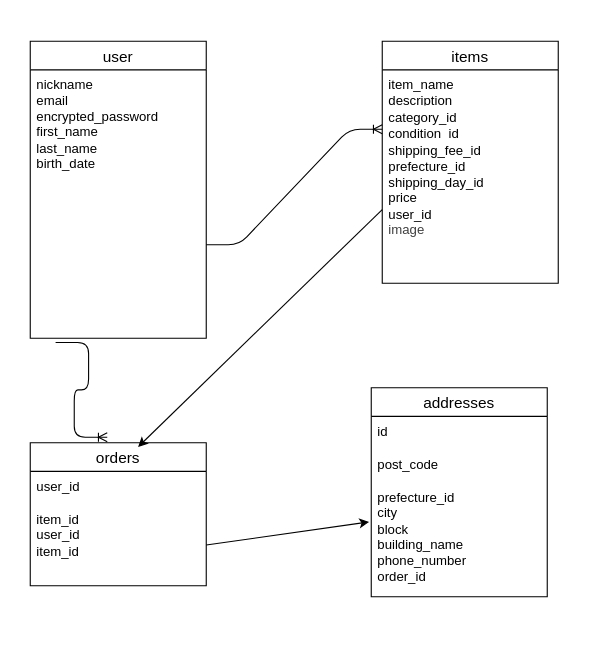
Before: page "ページ1" (1 of 2) of test.dio in mokaloveshiori56-collab/furima-46486, a draw.io diagram. Source tidied: cells renumbered, new cells numbered last; positions are measured from the earlier drawing's top-left corner, leaving out a move shared by most shapes. Both pictures are drawn from the tidied source at 110%, with x=0, y=0 at pixel (30, 41).
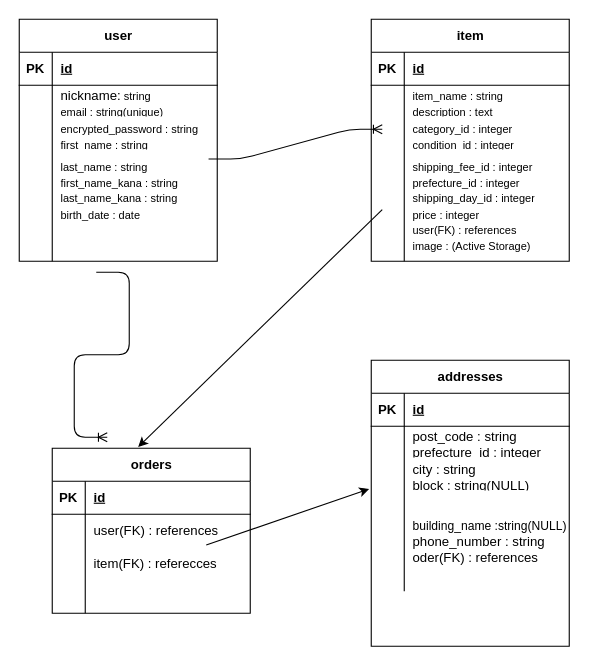
Above is the later version.

The edit, as a diff of the source:
```diff
@@
-    <mxCell id="2" value="user" style="swimlane;fontStyle=0;horizontal=1;startSize=26;align=center;fontSize=14;" parent="1" vertex="1">
-      <mxGeometry width="160" height="270" as="geometry" />
-    </mxCell>
-    <mxCell id="3" value="nickname&lt;div&gt;email&lt;/div&gt;&lt;div&gt;encrypted_password&lt;/div&gt;&lt;div&gt;first_name&lt;/div&gt;&lt;div&gt;last_name&lt;/div&gt;&lt;div&gt;birth_date&lt;/div&gt;&lt;div&gt;&lt;br&gt;&lt;/div&gt;&lt;div&gt;&lt;p&gt;&lt;/p&gt;&lt;h4&gt;&lt;/h4&gt;&lt;/div&gt;" style="text;strokeColor=none;fillColor=none;spacingLeft=4;spacingRight=4;overflow=hidden;points=[[0,0.5],[1,0.5]];portConstraint=eastwest;fontSize=12;whiteSpace=wrap;html=1;" parent="2" vertex="1">
-      <mxGeometry y="26" width="160" height="244" as="geometry" />
-    </mxCell>
-    <mxCell id="4" value="items" style="swimlane;fontStyle=0;horizontal=1;startSize=26;align=center;fontSize=14;" parent="1" vertex="1">
-      <mxGeometry x="320" width="160" height="220" as="geometry" />
-    </mxCell>
-    <mxCell id="5" value="item_name&lt;div&gt;description&lt;/div&gt;&lt;div&gt;&lt;br&gt;&lt;/div&gt;" style="text;strokeColor=none;fillColor=none;spacingLeft=4;spacingRight=4;overflow=hidden;fontSize=12;whiteSpace=wrap;html=1;" parent="4" vertex="1">
-      <mxGeometry y="26" width="160" height="30" as="geometry" />
-    </mxCell>
-    <mxCell id="6" value="category_id&lt;div&gt;condition_id&lt;/div&gt;&lt;div&gt;&lt;br&gt;&lt;/div&gt;" style="text;strokeColor=none;fillColor=none;spacingLeft=4;spacingRight=4;overflow=hidden;fontSize=12;whiteSpace=wrap;html=1;" parent="4" vertex="1">
-      <mxGeometry y="56" width="160" height="30" as="geometry" />
-    </mxCell>
-    <mxCell id="7" value="shipping_fee_id&lt;div&gt;&lt;font color=&quot;#000000&quot;&gt;prefecture_id&lt;/font&gt;&lt;/div&gt;&lt;div&gt;&lt;font color=&quot;#000000&quot;&gt;shipping_day_id&lt;/font&gt;&lt;/div&gt;&lt;div&gt;&lt;font color=&quot;#000000&quot;&gt;price&lt;/font&gt;&lt;/div&gt;&lt;div&gt;&lt;font color=&quot;#000000&quot;&gt;user_id&lt;/font&gt;&lt;/div&gt;&lt;div&gt;&lt;span style=&quot;background-color: transparent; color: rgb(63, 63, 63);&quot;&gt;image&lt;/span&gt;&lt;/div&gt;&lt;div&gt;&lt;div&gt;&lt;br&gt;&lt;/div&gt;&lt;/div&gt;" style="text;strokeColor=none;fillColor=none;spacingLeft=4;spacingRight=4;overflow=hidden;points=[[0,0.5],[1,0.5]];portConstraint=eastwest;fontSize=12;whiteSpace=wrap;html=1;" parent="4" vertex="1">
-      <mxGeometry y="86" width="160" height="134" as="geometry" />
-    </mxCell>
-    <mxCell id="8" value="orders" style="swimlane;fontStyle=0;horizontal=1;startSize=26;align=center;fontSize=14;" parent="1" vertex="1">
-      <mxGeometry y="365" width="160" height="130" as="geometry" />
-    </mxCell>
-    <mxCell id="9" value="user_id&lt;div&gt;&lt;br&gt;&lt;/div&gt;" style="text;strokeColor=none;fillColor=none;spacingLeft=4;spacingRight=4;overflow=hidden;fontSize=12;whiteSpace=wrap;html=1;" parent="8" vertex="1">
-      <mxGeometry y="26" width="160" height="30" as="geometry" />
-    </mxCell>
-    <mxCell id="10" value="item_id&lt;div&gt;&lt;font color=&quot;#000000&quot;&gt;user_id&lt;/font&gt;&lt;/div&gt;&lt;div&gt;&lt;font color=&quot;#000000&quot;&gt;item_id&lt;br&gt;&lt;/font&gt;&lt;div&gt;&lt;br&gt;&lt;/div&gt;&lt;/div&gt;" style="text;strokeColor=none;fillColor=none;spacingLeft=4;spacingRight=4;overflow=hidden;points=[[0,0.5],[1,0.5]];portConstraint=eastwest;fontSize=12;whiteSpace=wrap;html=1;" parent="8" vertex="1">
-      <mxGeometry y="56" width="160" height="74" as="geometry" />
-    </mxCell>
-    <mxCell id="11" style="edgeStyle=entityRelationEdgeStyle;fontSize=12;html=1;endArrow=ERoneToMany;" parent="1" edge="1">
+    <mxCell id="11" style="edgeStyle=entityRelationEdgeStyle;fontSize=12;html=1;endArrow=ERoneToMany;exitX=1.013;exitY=0.033;exitDx=0;exitDy=0;exitPerimeter=0;" parent="1" edge="1">
       <mxGeometry relative="1" as="geometry">
-        <mxPoint x="160" y="185" as="sourcePoint" />
+        <mxPoint x="162.1" y="107" as="sourcePoint" />
         <mxPoint x="320" y="80" as="targetPoint" />
       </mxGeometry>
     </mxCell>
-    <mxCell id="12" style="edgeStyle=none;html=1;exitX=0;exitY=0.5;exitDx=0;exitDy=0;entryX=0.613;entryY=0.029;entryDx=0;entryDy=0;entryPerimeter=0;" parent="1" edge="1" source="7" target="8">
-      <mxGeometry relative="1" as="geometry" />
+    <mxCell id="12" style="edgeStyle=none;html=1;exitX=0;exitY=0.5;exitDx=0;exitDy=0;entryX=0.613;entryY=0.029;entryDx=0;entryDy=0;entryPerimeter=0;" parent="1" edge="1">
+      <mxGeometry relative="1" as="geometry">
+        <mxPoint x="320" y="153" as="sourcePoint" />
+        <mxPoint x="98.1" y="368.8" as="targetPoint" />
+      </mxGeometry>
     </mxCell>
-    <mxCell id="13" style="edgeStyle=entityRelationEdgeStyle;fontSize=12;html=1;endArrow=ERoneToMany;exitX=0.144;exitY=1.016;exitDx=0;exitDy=0;exitPerimeter=0;" parent="1" edge="1" source="3">
+    <mxCell id="13" style="edgeStyle=entityRelationEdgeStyle;fontSize=12;html=1;endArrow=ERoneToMany;" parent="1" edge="1">
       <mxGeometry relative="1" as="geometry">
+        <mxPoint x="60" y="210" as="sourcePoint" />
         <mxPoint x="70" y="360" as="targetPoint" />
         <Array as="points">
+          <mxPoint x="80" y="210" />
           <mxPoint y="270" />
         </Array>
       </mxGeometry>
     </mxCell>
+    <mxCell id="18" style="edgeStyle=none;html=1;exitX=1;exitY=0.5;exitDx=0;exitDy=0;entryX=-0.012;entryY=0.346;entryDx=0;entryDy=0;entryPerimeter=0;" parent="1" edge="1">
+      <mxGeometry relative="1" as="geometry">
+        <mxPoint x="160" y="458" as="sourcePoint" />
+        <mxPoint x="308.1" y="407" as="targetPoint" />
+      </mxGeometry>
+    </mxCell>
+    <mxCell id="2" value="user" style="shape=table;startSize=30;childLayout=tableLayout;rowLines=0;fontStyle=1;align=center;html=1;" parent="1" vertex="1">
+      <mxGeometry x="-10" y="-20" width="180" height="220" as="geometry" />
+    </mxCell>
+    <mxCell id="19" style="shape=tableRow;horizontal=0;startSize=0;swimlaneHead=0;swimlaneBody=0;fillColor=none;top=0;left=0;right=0;bottom=1;" parent="2" vertex="1">
+      <mxGeometry y="30" width="180" height="30" as="geometry" />
+    </mxCell>
+    <mxCell id="20" value="PK" style="shape=partialRectangle;fillColor=none;top=0;left=0;bottom=0;right=0;fontStyle=1;overflow=hidden;whiteSpace=wrap;html=1;" parent="19" vertex="1">
+      <mxGeometry width="30" height="30" as="geometry" />
+    </mxCell>
+    <mxCell id="21" value="id" style="shape=partialRectangle;fillColor=none;top=0;left=0;bottom=0;right=0;align=left;spacingLeft=6;fontStyle=5;overflow=hidden;whiteSpace=wrap;html=1;" parent="19" vertex="1">
+      <mxGeometry x="30" width="150" height="30" as="geometry" />
+    </mxCell>
+    <mxCell id="22" style="shape=tableRow;horizontal=0;startSize=0;swimlaneHead=0;swimlaneBody=0;fillColor=none;top=0;left=0;right=0;bottom=0;" parent="2" vertex="1">
+      <mxGeometry y="60" width="180" height="30" as="geometry" />
+    </mxCell>
+    <mxCell id="23" style="shape=partialRectangle;fillColor=none;top=0;left=0;bottom=0;right=0;overflow=hidden;whiteSpace=wrap;html=1;" parent="22" vertex="1">
+      <mxGeometry width="30" height="30" as="geometry" />
+    </mxCell>
+    <mxCell id="24" value="nickname:&lt;font size=&quot;1&quot;&gt;&amp;nbsp;string&lt;/font&gt;&lt;div&gt;&lt;font size=&quot;1&quot;&gt;email : string(unique)&lt;/font&gt;&lt;/div&gt;" style="shape=partialRectangle;fillColor=none;top=0;left=0;bottom=0;right=0;align=left;spacingLeft=6;overflow=hidden;whiteSpace=wrap;html=1;" parent="22" vertex="1">
+      <mxGeometry x="30" width="150" height="30" as="geometry" />
+    </mxCell>
+    <mxCell id="25" style="shape=tableRow;horizontal=0;startSize=0;swimlaneHead=0;swimlaneBody=0;fillColor=none;top=0;left=0;right=0;bottom=0;" parent="2" vertex="1">
+      <mxGeometry y="90" width="180" height="30" as="geometry" />
+    </mxCell>
+    <mxCell id="26" style="shape=partialRectangle;fillColor=none;top=0;left=0;bottom=0;right=0;overflow=hidden;whiteSpace=wrap;html=1;" parent="25" vertex="1">
+      <mxGeometry width="30" height="30" as="geometry" />
+    </mxCell>
+    <mxCell id="27" value="&lt;font size=&quot;1&quot;&gt;encrypted_password : string&lt;/font&gt;&lt;div&gt;&lt;font size=&quot;1&quot;&gt;first_name : string&lt;/font&gt;&lt;/div&gt;" style="shape=partialRectangle;fillColor=none;top=0;left=0;bottom=0;right=0;align=left;spacingLeft=6;overflow=hidden;whiteSpace=wrap;html=1;" parent="25" vertex="1">
+      <mxGeometry x="30" width="150" height="30" as="geometry" />
+    </mxCell>
+    <mxCell id="28" style="shape=tableRow;horizontal=0;startSize=0;swimlaneHead=0;swimlaneBody=0;fillColor=none;top=0;left=0;right=0;bottom=0;" parent="2" vertex="1">
+      <mxGeometry y="120" width="180" height="100" as="geometry" />
+    </mxCell>
+    <mxCell id="29" style="shape=partialRectangle;fillColor=none;top=0;left=0;bottom=0;right=0;overflow=hidden;whiteSpace=wrap;html=1;" parent="28" vertex="1">
+      <mxGeometry width="30" height="100" as="geometry" />
+    </mxCell>
+    <mxCell id="30" value="&lt;font size=&quot;1&quot;&gt;last_name : string&lt;/font&gt;&lt;div&gt;&lt;font size=&quot;1&quot;&gt;first_name_kana : string&lt;/font&gt;&lt;/div&gt;&lt;div&gt;&lt;font size=&quot;1&quot;&gt;last_name_kana : string&lt;/font&gt;&lt;/div&gt;&lt;div&gt;&lt;font size=&quot;1&quot;&gt;birth_date : date&lt;/font&gt;&lt;/div&gt;&lt;div&gt;&lt;font size=&quot;1&quot;&gt;&lt;br&gt;&lt;/font&gt;&lt;/div&gt;&lt;div&gt;&lt;font size=&quot;1&quot;&gt;&lt;br&gt;&lt;/font&gt;&lt;/div&gt;" style="shape=partialRectangle;fillColor=none;top=0;left=0;bottom=0;right=0;align=left;spacingLeft=6;overflow=hidden;whiteSpace=wrap;html=1;" parent="28" vertex="1">
+      <mxGeometry x="30" width="150" height="100" as="geometry" />
+    </mxCell>
+    <mxCell id="31" value="item" style="shape=table;startSize=30;childLayout=tableLayout;rowLines=0;fontStyle=1;align=center;html=1;" parent="1" vertex="1">
+      <mxGeometry x="310" y="-20" width="180" height="220" as="geometry" />
+    </mxCell>
+    <mxCell id="32" style="shape=tableRow;horizontal=0;startSize=0;swimlaneHead=0;swimlaneBody=0;fillColor=none;top=0;left=0;right=0;bottom=1;" parent="31" vertex="1">
+      <mxGeometry y="30" width="180" height="30" as="geometry" />
+    </mxCell>
+    <mxCell id="33" value="PK" style="shape=partialRectangle;fillColor=none;top=0;left=0;bottom=0;right=0;fontStyle=1;overflow=hidden;whiteSpace=wrap;html=1;" parent="32" vertex="1">
+      <mxGeometry width="30" height="30" as="geometry" />
+    </mxCell>
+    <mxCell id="34" value="id" style="shape=partialRectangle;fillColor=none;top=0;left=0;bottom=0;right=0;align=left;spacingLeft=6;fontStyle=5;overflow=hidden;whiteSpace=wrap;html=1;" parent="32" vertex="1">
+      <mxGeometry x="30" width="150" height="30" as="geometry" />
+    </mxCell>
+    <mxCell id="35" style="shape=tableRow;horizontal=0;startSize=0;swimlaneHead=0;swimlaneBody=0;fillColor=none;top=0;left=0;right=0;bottom=0;" parent="31" vertex="1">
+      <mxGeometry y="60" width="180" height="30" as="geometry" />
+    </mxCell>
+    <mxCell id="36" style="shape=partialRectangle;fillColor=none;top=0;left=0;bottom=0;right=0;overflow=hidden;whiteSpace=wrap;html=1;" parent="35" vertex="1">
+      <mxGeometry width="30" height="30" as="geometry" />
+    </mxCell>
+    <mxCell id="37" value="&lt;font size=&quot;1&quot;&gt;item_name : string&lt;/font&gt;&lt;div&gt;&lt;font size=&quot;1&quot;&gt;description : text&lt;/font&gt;&lt;/div&gt;" style="shape=partialRectangle;fillColor=none;top=0;left=0;bottom=0;right=0;align=left;spacingLeft=6;overflow=hidden;whiteSpace=wrap;html=1;" parent="35" vertex="1">
+      <mxGeometry x="30" width="150" height="30" as="geometry" />
+    </mxCell>
+    <mxCell id="38" style="shape=tableRow;horizontal=0;startSize=0;swimlaneHead=0;swimlaneBody=0;fillColor=none;top=0;left=0;right=0;bottom=0;" parent="31" vertex="1">
+      <mxGeometry y="90" width="180" height="30" as="geometry" />
+    </mxCell>
+    <mxCell id="39" style="shape=partialRectangle;fillColor=none;top=0;left=0;bottom=0;right=0;overflow=hidden;whiteSpace=wrap;html=1;" parent="38" vertex="1">
+      <mxGeometry width="30" height="30" as="geometry" />
+    </mxCell>
+    <mxCell id="40" value="&lt;font size=&quot;1&quot;&gt;category_id : integer&lt;/font&gt;&lt;div&gt;&lt;font size=&quot;1&quot;&gt;condition_id : integer&lt;/font&gt;&lt;/div&gt;" style="shape=partialRectangle;fillColor=none;top=0;left=0;bottom=0;right=0;align=left;spacingLeft=6;overflow=hidden;whiteSpace=wrap;html=1;" parent="38" vertex="1">
+      <mxGeometry x="30" width="150" height="30" as="geometry" />
+    </mxCell>
+    <mxCell id="41" style="shape=tableRow;horizontal=0;startSize=0;swimlaneHead=0;swimlaneBody=0;fillColor=none;top=0;left=0;right=0;bottom=0;" parent="31" vertex="1">
+      <mxGeometry y="120" width="180" height="100" as="geometry" />
+    </mxCell>
+    <mxCell id="42" style="shape=partialRectangle;fillColor=none;top=0;left=0;bottom=0;right=0;overflow=hidden;whiteSpace=wrap;html=1;" parent="41" vertex="1">
+      <mxGeometry width="30" height="100" as="geometry" />
+    </mxCell>
+    <mxCell id="43" value="&lt;font size=&quot;1&quot;&gt;shipping_fee_id : integer&lt;/font&gt;&lt;div&gt;&lt;font size=&quot;1&quot;&gt;prefecture_id : integer&lt;/font&gt;&lt;/div&gt;&lt;div&gt;&lt;font size=&quot;1&quot;&gt;shipping_day_id : integer&lt;/font&gt;&lt;/div&gt;&lt;div&gt;&lt;font size=&quot;1&quot;&gt;price : integer&amp;nbsp;&lt;/font&gt;&lt;/div&gt;&lt;div&gt;&lt;font size=&quot;1&quot;&gt;user(FK) : references&lt;/font&gt;&lt;/div&gt;&lt;div&gt;&lt;font size=&quot;1&quot;&gt;image : (Active Storage)&lt;/font&gt;&lt;/div&gt;" style="shape=partialRectangle;fillColor=none;top=0;left=0;bottom=0;right=0;align=left;spacingLeft=6;overflow=hidden;whiteSpace=wrap;html=1;" parent="41" vertex="1">
+      <mxGeometry x="30" width="150" height="100" as="geometry" />
+    </mxCell>
+    <mxCell id="8" value="orders" style="shape=table;startSize=30;childLayout=tableLayout;rowLines=0;fontStyle=1;align=center;html=1;" parent="1" vertex="1">
+      <mxGeometry x="20" y="370" width="180" height="150" as="geometry" />
+    </mxCell>
+    <mxCell id="44" style="shape=tableRow;horizontal=0;startSize=0;swimlaneHead=0;swimlaneBody=0;fillColor=none;top=0;left=0;right=0;bottom=1;" parent="8" vertex="1">
+      <mxGeometry y="30" width="180" height="30" as="geometry" />
+    </mxCell>
+    <mxCell id="45" value="PK" style="shape=partialRectangle;fillColor=none;top=0;left=0;bottom=0;right=0;fontStyle=1;overflow=hidden;whiteSpace=wrap;html=1;" parent="44" vertex="1">
+      <mxGeometry width="30" height="30" as="geometry" />
+    </mxCell>
+    <mxCell id="46" value="id" style="shape=partialRectangle;fillColor=none;top=0;left=0;bottom=0;right=0;align=left;spacingLeft=6;fontStyle=5;overflow=hidden;whiteSpace=wrap;html=1;" parent="44" vertex="1">
+      <mxGeometry x="30" width="150" height="30" as="geometry" />
+    </mxCell>
+    <mxCell id="47" style="shape=tableRow;horizontal=0;startSize=0;swimlaneHead=0;swimlaneBody=0;fillColor=none;top=0;left=0;right=0;bottom=0;" parent="8" vertex="1">
+      <mxGeometry y="60" width="180" height="30" as="geometry" />
+    </mxCell>
+    <mxCell id="48" style="shape=partialRectangle;fillColor=none;top=0;left=0;bottom=0;right=0;overflow=hidden;whiteSpace=wrap;html=1;" parent="47" vertex="1">
+      <mxGeometry width="30" height="30" as="geometry" />
+    </mxCell>
+    <mxCell id="49" value="user(FK) : references" style="shape=partialRectangle;fillColor=none;top=0;left=0;bottom=0;right=0;align=left;spacingLeft=6;overflow=hidden;whiteSpace=wrap;html=1;" parent="47" vertex="1">
+      <mxGeometry x="30" width="150" height="30" as="geometry" />
+    </mxCell>
+    <mxCell id="50" style="shape=tableRow;horizontal=0;startSize=0;swimlaneHead=0;swimlaneBody=0;fillColor=none;top=0;left=0;right=0;bottom=0;" parent="8" vertex="1">
+      <mxGeometry y="90" width="180" height="30" as="geometry" />
+    </mxCell>
+    <mxCell id="51" style="shape=partialRectangle;fillColor=none;top=0;left=0;bottom=0;right=0;overflow=hidden;whiteSpace=wrap;html=1;" parent="50" vertex="1">
+      <mxGeometry width="30" height="30" as="geometry" />
+    </mxCell>
+    <mxCell id="52" value="item(FK) : referecces" style="shape=partialRectangle;fillColor=none;top=0;left=0;bottom=0;right=0;align=left;spacingLeft=6;overflow=hidden;whiteSpace=wrap;html=1;" parent="50" vertex="1">
+      <mxGeometry x="30" width="150" height="30" as="geometry" />
+    </mxCell>
+    <mxCell id="53" style="shape=tableRow;horizontal=0;startSize=0;swimlaneHead=0;swimlaneBody=0;fillColor=none;top=0;left=0;right=0;bottom=0;" parent="8" vertex="1">
+      <mxGeometry y="120" width="180" height="30" as="geometry" />
+    </mxCell>
+    <mxCell id="54" style="shape=partialRectangle;fillColor=none;top=0;left=0;bottom=0;right=0;overflow=hidden;whiteSpace=wrap;html=1;" parent="53" vertex="1">
+      <mxGeometry width="30" height="30" as="geometry" />
+    </mxCell>
+    <mxCell id="55" style="shape=partialRectangle;fillColor=none;top=0;left=0;bottom=0;right=0;align=left;spacingLeft=6;overflow=hidden;whiteSpace=wrap;html=1;" parent="53" vertex="1">
+      <mxGeometry x="30" width="150" height="30" as="geometry" />
+    </mxCell>
-    <mxCell id="14" value="addresses" style="swimlane;fontStyle=0;horizontal=1;startSize=26;align=center;fontSize=14;" parent="1" vertex="1">
-      <mxGeometry x="310" y="315" width="160" height="190" as="geometry" />
+    <mxCell id="14" value="addresses" style="shape=table;startSize=30;childLayout=tableLayout;rowLines=0;fontStyle=1;align=center;html=1;" parent="1" vertex="1">
+      <mxGeometry x="310" y="290" width="180" height="260" as="geometry" />
     </mxCell>
-    <mxCell id="15" value="id" style="text;strokeColor=none;fillColor=none;spacingLeft=4;spacingRight=4;overflow=hidden;fontSize=12;whiteSpace=wrap;html=1;" parent="14" vertex="1">
-      <mxGeometry y="26" width="160" height="30" as="geometry" />
-    </mxCell>
-    <mxCell id="16" value="post_code" style="text;strokeColor=none;fillColor=none;spacingLeft=4;spacingRight=4;overflow=hidden;fontSize=12;whiteSpace=wrap;html=1;" parent="14" vertex="1">
-      <mxGeometry y="56" width="160" height="30" as="geometry" />
-    </mxCell>
-    <mxCell id="17" value="prefecture_id&lt;div&gt;city&lt;/div&gt;&lt;div&gt;block&lt;/div&gt;&lt;div&gt;building_name&lt;/div&gt;&lt;div&gt;phone_number&lt;/div&gt;&lt;div&gt;order_id&lt;/div&gt;" style="text;strokeColor=none;fillColor=none;spacingLeft=4;spacingRight=4;overflow=hidden;points=[[0,0.5],[1,0.5]];portConstraint=eastwest;fontSize=12;whiteSpace=wrap;html=1;" parent="14" vertex="1">
-      <mxGeometry y="86" width="160" height="104" as="geometry" />
-    </mxCell>
-    <mxCell id="18" style="edgeStyle=none;html=1;exitX=1;exitY=0.5;exitDx=0;exitDy=0;entryX=-0.012;entryY=0.346;entryDx=0;entryDy=0;entryPerimeter=0;" parent="1" edge="1" source="10" target="17">
-      <mxGeometry relative="1" as="geometry" />
-    </mxCell>
+    <mxCell id="56" style="shape=tableRow;horizontal=0;startSize=0;swimlaneHead=0;swimlaneBody=0;fillColor=none;top=0;left=0;right=0;bottom=1;" parent="14" vertex="1">
+      <mxGeometry y="30" width="180" height="30" as="geometry" />
+    </mxCell>
+    <mxCell id="57" value="PK" style="shape=partialRectangle;fillColor=none;top=0;left=0;bottom=0;right=0;fontStyle=1;overflow=hidden;whiteSpace=wrap;html=1;" parent="56" vertex="1">
+      <mxGeometry width="30" height="30" as="geometry" />
+    </mxCell>
+    <mxCell id="58" value="id" style="shape=partialRectangle;fillColor=none;top=0;left=0;bottom=0;right=0;align=left;spacingLeft=6;fontStyle=5;overflow=hidden;whiteSpace=wrap;html=1;" parent="56" vertex="1">
+      <mxGeometry x="30" width="150" height="30" as="geometry" />
+    </mxCell>
+    <mxCell id="59" style="shape=tableRow;horizontal=0;startSize=0;swimlaneHead=0;swimlaneBody=0;fillColor=none;top=0;left=0;right=0;bottom=0;" parent="14" vertex="1">
+      <mxGeometry y="60" width="180" height="30" as="geometry" />
+    </mxCell>
+    <mxCell id="60" style="shape=partialRectangle;fillColor=none;top=0;left=0;bottom=0;right=0;overflow=hidden;whiteSpace=wrap;html=1;" parent="59" vertex="1">
+      <mxGeometry width="30" height="30" as="geometry" />
+    </mxCell>
+    <mxCell id="61" value="post_code : string&lt;div&gt;prefecture_id : integer&lt;/div&gt;" style="shape=partialRectangle;fillColor=none;top=0;left=0;bottom=0;right=0;align=left;spacingLeft=6;overflow=hidden;whiteSpace=wrap;html=1;" parent="59" vertex="1">
+      <mxGeometry x="30" width="150" height="30" as="geometry" />
+    </mxCell>
+    <mxCell id="62" style="shape=tableRow;horizontal=0;startSize=0;swimlaneHead=0;swimlaneBody=0;fillColor=none;top=0;left=0;right=0;bottom=0;" parent="14" vertex="1">
+      <mxGeometry y="90" width="180" height="30" as="geometry" />
+    </mxCell>
+    <mxCell id="63" style="shape=partialRectangle;fillColor=none;top=0;left=0;bottom=0;right=0;overflow=hidden;whiteSpace=wrap;html=1;" parent="62" vertex="1">
+      <mxGeometry width="30" height="30" as="geometry" />
+    </mxCell>
+    <mxCell id="64" value="city : string&lt;div&gt;block : string(NULL)&lt;/div&gt;" style="shape=partialRectangle;fillColor=none;top=0;left=0;bottom=0;right=0;align=left;spacingLeft=6;overflow=hidden;whiteSpace=wrap;html=1;" parent="62" vertex="1">
+      <mxGeometry x="30" width="150" height="30" as="geometry" />
+    </mxCell>
+    <mxCell id="65" style="shape=tableRow;horizontal=0;startSize=0;swimlaneHead=0;swimlaneBody=0;fillColor=none;top=0;left=0;right=0;bottom=0;" parent="14" vertex="1">
+      <mxGeometry y="120" width="180" height="90" as="geometry" />
+    </mxCell>
+    <mxCell id="66" style="shape=partialRectangle;fillColor=none;top=0;left=0;bottom=0;right=0;overflow=hidden;whiteSpace=wrap;html=1;" parent="65" vertex="1">
+      <mxGeometry width="30" height="90" as="geometry" />
+    </mxCell>
+    <mxCell id="67" value="&lt;font style=&quot;font-size: 11px;&quot;&gt;building_name :string(NULL)&lt;/font&gt;&lt;div&gt;phone_number : string&lt;/div&gt;&lt;div&gt;oder(FK) : references&lt;/div&gt;" style="shape=partialRectangle;fillColor=none;top=0;left=0;bottom=0;right=0;align=left;spacingLeft=6;overflow=hidden;whiteSpace=wrap;html=1;" parent="65" vertex="1">
+      <mxGeometry x="30" width="150" height="90" as="geometry" />
+    </mxCell>
```
